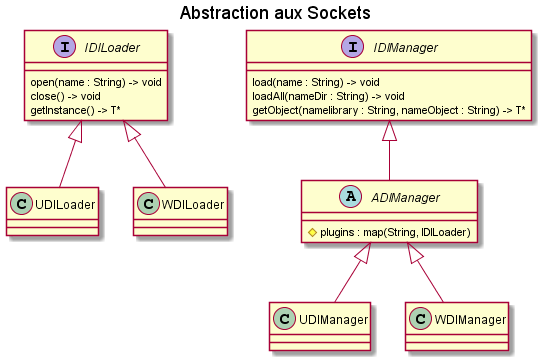
P-Hneutre/cpp_ABSharedLibrary keeps this PlantUML diagram as doc-files/ABSharedLibrary.svg. Above is the earlier version. Its diagram source:
```plantuml
@startuml doc-files/ABSharedLibrary.svg

title Abstraction aux Sockets

interface IDlLoader {
    open(name : String) -> void
    close() -> void
    getInstance() -> T*
}

interface IDlManager {
    load(name : String) -> void
    loadAll(nameDir : String) -> void
    getObject(namelibrary : String, nameObject : String) -> T*
}

abstract class ADlManager {
    # plugins : map(String, IDlLoader)
}

class UDlLoader {

}

class WDlLoader {

}

class UDlManager {

}

class WDlManager {

}

IDlLoader <|-- UDlLoader
IDlLoader <|-- WDlLoader

IDlManager <|-- ADlManager
ADlManager <|-- UDlManager
ADlManager <|-- WDlManager

@enduml
```
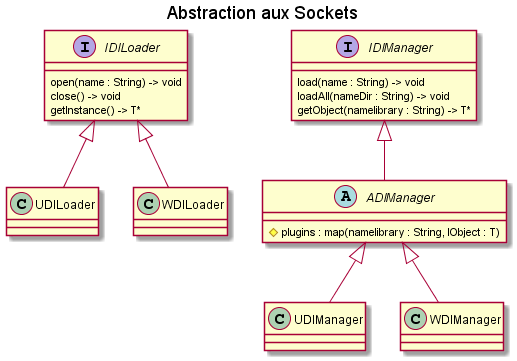
Above is the later version.

Commit message:
DL Manager function Load + getObject

What changed in the source:
```diff
@@ -11,11 +11,11 @@
 interface IDlManager {
     load(name : String) -> void
     loadAll(nameDir : String) -> void
-    getObject(namelibrary : String, nameObject : String) -> T*
+    getObject(namelibrary : String) -> T*
 }
 
 abstract class ADlManager {
-    # plugins : map(String, IDlLoader)
+    # plugins : map(namelibrary : String, IObject : T)
 }
 
 class UDlLoader {
```
